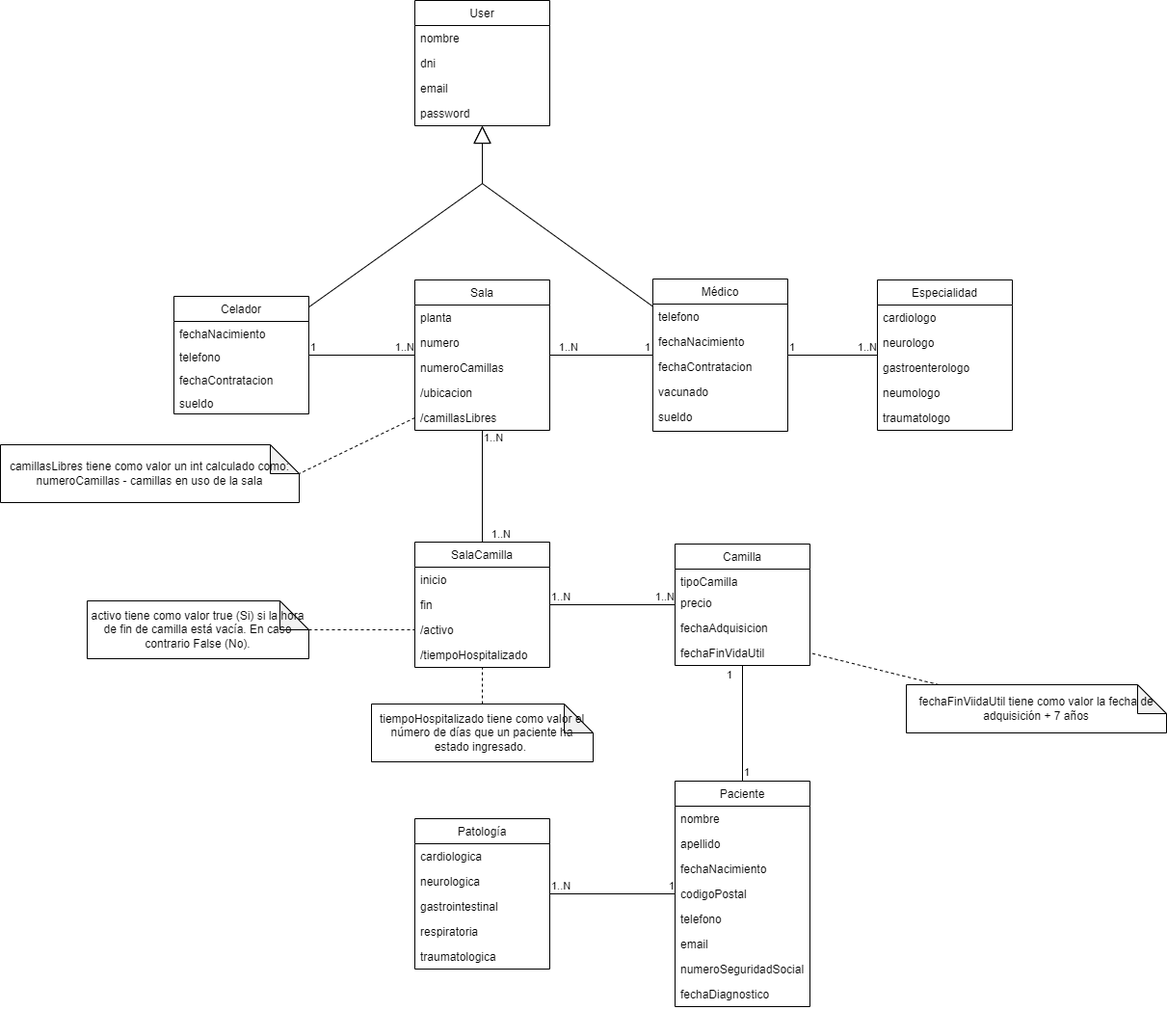
The draw.io diagram public/Modelo.png in CGIS-2023/proyecto-cgis-2023-isrbrepin, before a commit. Source tidied: cells renumbered, new cells last; positions are measured from the earlier drawing's top-left corner, leaving out a move shared by most shapes.
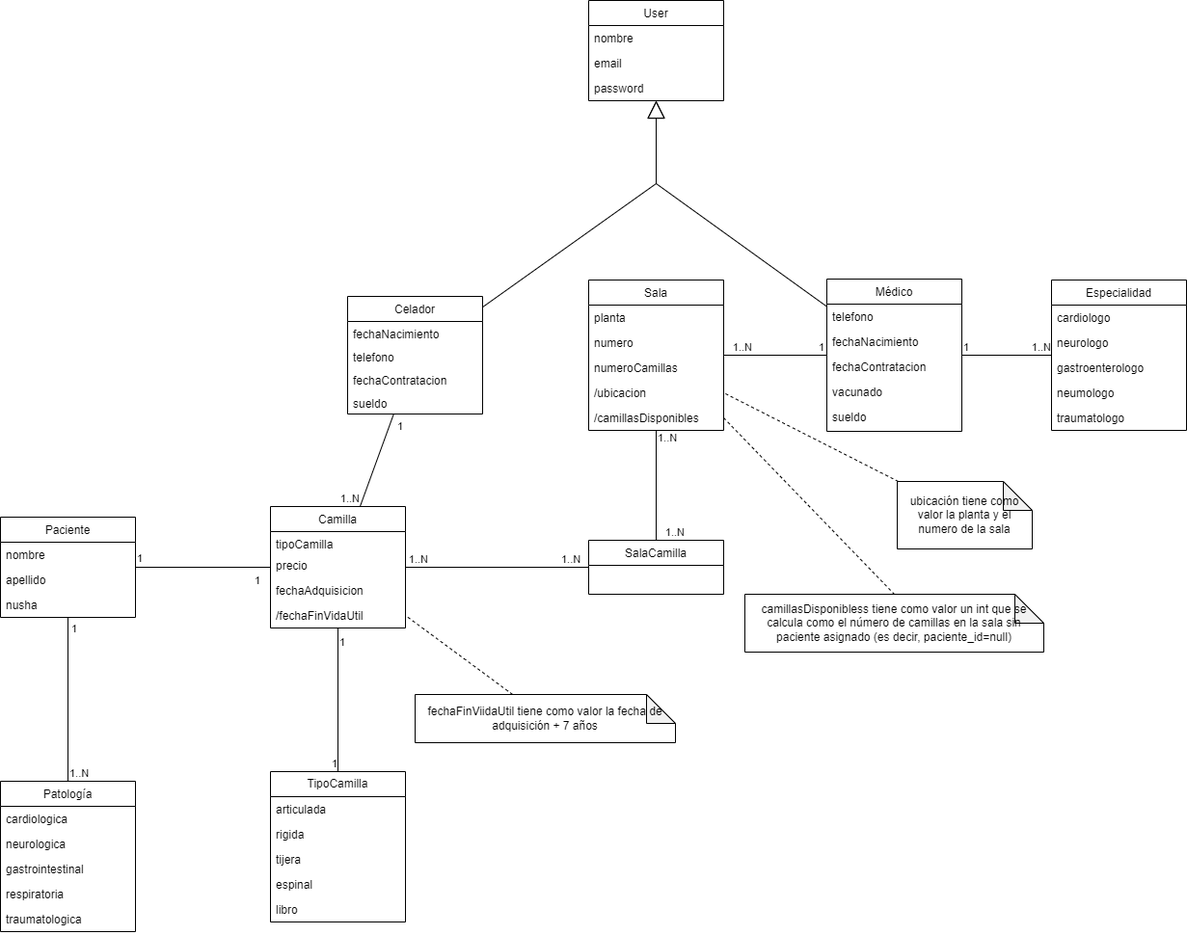
Above is the later version.

Diff of the diagram source:
```diff
@@ -3,19 +3,16 @@
     <mxCell id="0" />
     <mxCell id="1" parent="0" />
     <mxCell id="2" value="User" style="swimlane;fontStyle=0;horizontal=1;startSize=26;fillColor=none;" parent="1" vertex="1">
-      <mxGeometry x="430" width="140" height="130" as="geometry" />
+      <mxGeometry x="430" width="140" height="104" as="geometry" />
     </mxCell>
     <mxCell id="3" value="nombre" style="text;strokeColor=none;fillColor=none;align=left;verticalAlign=top;spacingLeft=4;spacingRight=4;overflow=hidden;" parent="2" vertex="1">
       <mxGeometry y="26" width="140" height="26" as="geometry" />
     </mxCell>
-    <mxCell id="4" value="dni" style="text;strokeColor=none;fillColor=none;align=left;verticalAlign=top;spacingLeft=4;spacingRight=4;overflow=hidden;" parent="2" vertex="1">
-      <mxGeometry y="52" width="140" height="26" as="geometry" />
-    </mxCell>
     <mxCell id="5" value="email" style="text;strokeColor=none;fillColor=none;align=left;verticalAlign=top;spacingLeft=4;spacingRight=4;overflow=hidden;" parent="2" vertex="1">
-      <mxGeometry y="78" width="140" height="26" as="geometry" />
+      <mxGeometry y="52" width="140" height="26" as="geometry" />
     </mxCell>
     <mxCell id="6" value="password" style="text;strokeColor=none;fillColor=none;align=left;verticalAlign=top;spacingLeft=4;spacingRight=4;overflow=hidden;" parent="2" vertex="1">
-      <mxGeometry y="104" width="140" height="26" as="geometry" />
+      <mxGeometry y="78" width="140" height="26" as="geometry" />
     </mxCell>
     <mxCell id="7" value="Celador" style="swimlane;fontStyle=0;horizontal=1;startSize=26;fillColor=none;" parent="1" vertex="1">
       <mxGeometry x="180" y="307" width="140" height="122" as="geometry" />
@@ -65,26 +62,14 @@
     <mxCell id="22" value="/ubicacion" style="text;strokeColor=none;fillColor=none;align=left;verticalAlign=top;spacingLeft=4;spacingRight=4;overflow=hidden;points=[[0,0.5],[1,0.5]];portConstraint=eastwest;" parent="18" vertex="1">
       <mxGeometry y="104" width="140" height="26" as="geometry" />
     </mxCell>
-    <mxCell id="23" value="/camillasLibres" style="text;strokeColor=none;fillColor=none;align=left;verticalAlign=top;spacingLeft=4;spacingRight=4;overflow=hidden;points=[[0,0.5],[1,0.5]];portConstraint=eastwest;" parent="18" vertex="1">
+    <mxCell id="23" value="/camillasDisponibles" style="text;strokeColor=none;fillColor=none;align=left;verticalAlign=top;spacingLeft=4;spacingRight=4;overflow=hidden;points=[[0,0.5],[1,0.5]];portConstraint=eastwest;" parent="18" vertex="1">
       <mxGeometry y="130" width="140" height="26" as="geometry" />
     </mxCell>
     <mxCell id="24" value="SalaCamilla" style="swimlane;fontStyle=0;horizontal=1;startSize=26;fillColor=none;" parent="1" vertex="1">
-      <mxGeometry x="430" y="562" width="140" height="130" as="geometry" />
+      <mxGeometry x="430" y="560" width="140" height="56" as="geometry" />
     </mxCell>
-    <mxCell id="25" value="inicio" style="text;strokeColor=none;fillColor=none;align=left;verticalAlign=top;spacingLeft=4;spacingRight=4;overflow=hidden;" parent="24" vertex="1">
-      <mxGeometry y="26" width="140" height="26" as="geometry" />
-    </mxCell>
-    <mxCell id="26" value="fin" style="text;strokeColor=none;fillColor=none;align=left;verticalAlign=top;spacingLeft=4;spacingRight=4;overflow=hidden;" parent="24" vertex="1">
-      <mxGeometry y="52" width="140" height="26" as="geometry" />
-    </mxCell>
-    <mxCell id="27" value="/activo" style="text;strokeColor=none;fillColor=none;align=left;verticalAlign=top;spacingLeft=4;spacingRight=4;overflow=hidden;points=[[0,0.5],[1,0.5]];portConstraint=eastwest;" parent="24" vertex="1">
-      <mxGeometry y="78" width="140" height="26" as="geometry" />
-    </mxCell>
-    <mxCell id="28" value="/tiempoHospitalizado" style="text;strokeColor=none;fillColor=none;align=left;verticalAlign=top;spacingLeft=4;spacingRight=4;overflow=hidden;points=[[0,0.5],[1,0.5]];portConstraint=eastwest;" parent="24" vertex="1">
-      <mxGeometry y="104" width="140" height="26" as="geometry" />
-    </mxCell>
     <mxCell id="29" value="Patología" style="swimlane;fontStyle=0;horizontal=1;startSize=26;fillColor=none;" parent="1" vertex="1">
-      <mxGeometry x="430" y="849" width="140" height="156" as="geometry" />
+      <mxGeometry x="-180" y="810" width="140" height="156" as="geometry" />
     </mxCell>
     <mxCell id="30" value="cardiologica" style="text;strokeColor=none;fillColor=none;align=left;verticalAlign=top;spacingLeft=4;spacingRight=4;overflow=hidden;" parent="29" vertex="1">
       <mxGeometry y="26" width="140" height="26" as="geometry" />
@@ -120,7 +105,7 @@
       <mxGeometry y="130" width="140" height="26" as="geometry" />
     </mxCell>
     <mxCell id="41" value="Camilla" style="swimlane;fontStyle=0;horizontal=1;startSize=26;fillColor=none;" parent="1" vertex="1">
-      <mxGeometry x="700" y="564" width="140" height="126" as="geometry" />
+      <mxGeometry x="100" y="525" width="140" height="126" as="geometry" />
     </mxCell>
     <mxCell id="42" value="tipoCamilla" style="text;strokeColor=none;fillColor=none;align=left;verticalAlign=top;spacingLeft=4;spacingRight=4;overflow=hidden;" parent="41" vertex="1">
       <mxGeometry y="26" width="140" height="22" as="geometry" />
@@ -131,7 +116,7 @@
     <mxCell id="44" value="fechaAdquisicion" style="text;strokeColor=none;fillColor=none;align=left;verticalAlign=top;spacingLeft=4;spacingRight=4;overflow=hidden;" parent="41" vertex="1">
       <mxGeometry y="74" width="140" height="26" as="geometry" />
     </mxCell>
-    <mxCell id="45" value="fechaFinVidaUtil" style="text;strokeColor=none;fillColor=none;align=left;verticalAlign=top;spacingLeft=4;spacingRight=4;overflow=hidden;points=[[0,0.5],[1,0.5]];portConstraint=eastwest;" parent="41" vertex="1">
+    <mxCell id="45" value="/fechaFinVidaUtil" style="text;strokeColor=none;fillColor=none;align=left;verticalAlign=top;spacingLeft=4;spacingRight=4;overflow=hidden;points=[[0,0.5],[1,0.5]];portConstraint=eastwest;" parent="41" vertex="1">
       <mxGeometry y="100" width="140" height="26" as="geometry" />
     </mxCell>
     <mxCell id="46" style="endArrow=none;html=1;edgeStyle=orthogonalEdgeStyle;rounded=0;" parent="1" edge="1" source="29" target="64">
@@ -141,7 +126,9 @@
       <mxGeometry x="-1" relative="1" as="geometry" />
     </mxCell>
     <mxCell id="48" value="1" style="edgeLabel;html=1;align=right;verticalAlign=bottom;" parent="46" vertex="1">
-      <mxGeometry x="1" relative="1" as="geometry" />
+      <mxGeometry x="1" relative="1" as="geometry">
+        <mxPoint x="10" y="20" as="offset" />
+      </mxGeometry>
     </mxCell>
     <mxCell id="49" style="endArrow=none;html=1;edgeStyle=orthogonalEdgeStyle;rounded=0;" parent="1" edge="1" source="12" target="35">
       <mxGeometry relative="1" as="geometry" />
@@ -152,11 +139,13 @@
     <mxCell id="51" value="1..N" style="edgeLabel;html=1;align=right;verticalAlign=bottom;" parent="49" vertex="1">
       <mxGeometry x="1" relative="1" as="geometry" />
     </mxCell>
-    <mxCell id="52" style="endArrow=none;html=1;rounded=0;" parent="1" edge="1" source="7" target="18">
+    <mxCell id="52" style="endArrow=none;html=1;rounded=0;" parent="1" edge="1" source="7" target="41">
       <mxGeometry relative="1" as="geometry" />
     </mxCell>
     <mxCell id="53" value="1" style="edgeLabel;html=1;align=left;verticalAlign=bottom;" parent="52" vertex="1">
-      <mxGeometry x="-1" relative="1" as="geometry" />
+      <mxGeometry x="-1" relative="1" as="geometry">
+        <mxPoint x="2" y="21" as="offset" />
+      </mxGeometry>
     </mxCell>
     <mxCell id="54" value="1..N" style="edgeLabel;html=1;align=right;verticalAlign=bottom;" parent="52" vertex="1">
       <mxGeometry x="1" relative="1" as="geometry" />
@@ -178,10 +167,14 @@
       <mxGeometry relative="1" as="geometry" />
     </mxCell>
     <mxCell id="59" value="1..N" style="edgeLabel;html=1;align=left;verticalAlign=bottom;" parent="58" vertex="1">
-      <mxGeometry x="-1" relative="1" as="geometry" />
+      <mxGeometry x="-1" relative="1" as="geometry">
+        <mxPoint x="-30" as="offset" />
+      </mxGeometry>
     </mxCell>
     <mxCell id="60" value="1..N" style="edgeLabel;html=1;align=right;verticalAlign=bottom;" parent="58" vertex="1">
-      <mxGeometry x="1" relative="1" as="geometry" />
+      <mxGeometry x="1" relative="1" as="geometry">
+        <mxPoint x="24" as="offset" />
+      </mxGeometry>
     </mxCell>
     <mxCell id="61" style="endArrow=none;html=1;edgeStyle=orthogonalEdgeStyle;rounded=0;" parent="1" edge="1" source="18" target="24">
       <mxGeometry relative="1" as="geometry" />
@@ -197,7 +190,7 @@
       </mxGeometry>
     </mxCell>
     <mxCell id="64" value="Paciente" style="swimlane;fontStyle=0;horizontal=1;startSize=26;fillColor=none;" parent="1" vertex="1">
-      <mxGeometry x="700" y="810" width="140" height="234" as="geometry" />
+      <mxGeometry x="-180" y="536" width="140" height="104" as="geometry" />
     </mxCell>
     <mxCell id="65" value="nombre" style="text;strokeColor=none;fillColor=none;align=left;verticalAlign=top;spacingLeft=4;spacingRight=4;overflow=hidden;" parent="64" vertex="1">
       <mxGeometry y="26" width="140" height="26" as="geometry" />
@@ -205,24 +198,9 @@
     <mxCell id="66" value="apellido" style="text;strokeColor=none;fillColor=none;align=left;verticalAlign=top;spacingLeft=4;spacingRight=4;overflow=hidden;" parent="64" vertex="1">
       <mxGeometry y="52" width="140" height="26" as="geometry" />
     </mxCell>
-    <mxCell id="67" value="fechaNacimiento" style="text;strokeColor=none;fillColor=none;align=left;verticalAlign=top;spacingLeft=4;spacingRight=4;overflow=hidden;" parent="64" vertex="1">
-      <mxGeometry y="78" width="140" height="26" as="geometry" />
-    </mxCell>
-    <mxCell id="68" value="codigoPostal" style="text;strokeColor=none;fillColor=none;align=left;verticalAlign=top;spacingLeft=4;spacingRight=4;overflow=hidden;" parent="64" vertex="1">
-      <mxGeometry y="104" width="140" height="26" as="geometry" />
-    </mxCell>
-    <mxCell id="69" value="telefono" style="text;strokeColor=none;fillColor=none;align=left;verticalAlign=top;spacingLeft=4;spacingRight=4;overflow=hidden;" parent="64" vertex="1">
-      <mxGeometry y="130" width="140" height="26" as="geometry" />
-    </mxCell>
-    <mxCell id="70" value="email" style="text;strokeColor=none;fillColor=none;align=left;verticalAlign=top;spacingLeft=4;spacingRight=4;overflow=hidden;" parent="64" vertex="1">
-      <mxGeometry y="156" width="140" height="26" as="geometry" />
-    </mxCell>
-    <mxCell id="71" value="numeroSeguridadSocial" style="text;strokeColor=none;fillColor=none;align=left;verticalAlign=top;spacingLeft=4;spacingRight=4;overflow=hidden;" parent="64" vertex="1">
-      <mxGeometry y="182" width="140" height="26" as="geometry" />
+    <mxCell id="71" value="nusha" style="text;strokeColor=none;fillColor=none;align=left;verticalAlign=top;spacingLeft=4;spacingRight=4;overflow=hidden;" parent="64" vertex="1">
+      <mxGeometry y="78" width="140" height="26" as="geometry" />
     </mxCell>
-    <mxCell id="72" value="fechaDiagnostico" style="text;strokeColor=none;fillColor=none;align=left;verticalAlign=top;spacingLeft=4;spacingRight=4;overflow=hidden;" parent="64" vertex="1">
-      <mxGeometry y="208" width="140" height="26" as="geometry" />
-    </mxCell>
     <mxCell id="73" style="endArrow=none;html=1;rounded=0;" parent="1" edge="1" source="64" target="41">
       <mxGeometry relative="1" as="geometry" />
     </mxCell>
@@ -233,7 +211,7 @@
     </mxCell>
     <mxCell id="75" value="1" style="edgeLabel;html=1;align=right;verticalAlign=bottom;" parent="73" vertex="1">
       <mxGeometry x="1" relative="1" as="geometry">
-        <mxPoint x="-10" y="18" as="offset" />
+        <mxPoint x="-10" y="22" as="offset" />
       </mxGeometry>
     </mxCell>
     <mxCell id="76" style="endArrow=block;endSize=16;endFill=0;html=1;rounded=0;" parent="1" edge="1" source="7" target="2">
@@ -250,29 +228,52 @@
         </Array>
       </mxGeometry>
     </mxCell>
-    <mxCell id="78" style="endArrow=none;dashed=1;html=1;rounded=0;entryX=0;entryY=0;entryDx=310;entryDy=30;entryPerimeter=0;exitX=0;exitY=0.5;exitDx=0;exitDy=0;" parent="1" edge="1" source="23" target="79">
+    <mxCell id="78" style="endArrow=none;dashed=1;html=1;rounded=0;entryX=0.5;entryY=0;entryDx=0;entryDy=0;entryPerimeter=0;exitX=1;exitY=0.5;exitDx=0;exitDy=0;" parent="1" edge="1" source="23" target="79">
       <mxGeometry relative="1" as="geometry" />
     </mxCell>
-    <mxCell id="79" value="camillasLibres tiene como valor un int calculado como:&lt;br&gt;numeroCamillas - camillas en uso de la sala" style="shape=note;whiteSpace=wrap;html=1;backgroundOutline=1;darkOpacity=0.05;" parent="1" vertex="1">
-      <mxGeometry y="461" width="310" height="60" as="geometry" />
+    <mxCell id="79" value="camillasDisponibless tiene como valor un int que se calcula como el número de camillas en la sala sin paciente asignado (es decir, paciente_id=null)" style="shape=note;whiteSpace=wrap;html=1;backgroundOutline=1;darkOpacity=0.05;" parent="1" vertex="1">
+      <mxGeometry x="592" y="616" width="310" height="60" as="geometry" />
     </mxCell>
-    <mxCell id="80" style="endArrow=none;dashed=1;html=1;rounded=0;" parent="1" edge="1" source="81" target="28">
-      <mxGeometry relative="1" as="geometry" />
-    </mxCell>
-    <mxCell id="81" value="tiempoHospitalizado tiene como valor el número de días que un paciente ha estado ingresado.&amp;nbsp;" style="shape=note;whiteSpace=wrap;html=1;backgroundOutline=1;darkOpacity=0.05;" parent="1" vertex="1">
-      <mxGeometry x="385" y="730" width="230" height="60" as="geometry" />
-    </mxCell>
-    <mxCell id="82" style="endArrow=none;dashed=1;html=1;rounded=0;entryX=0;entryY=0.5;entryDx=0;entryDy=0;" parent="1" edge="1" source="83" target="27">
-      <mxGeometry relative="1" as="geometry" />
-    </mxCell>
-    <mxCell id="83" value="activo tiene como valor true (Si) si la hora de fin de camilla está vacía. En caso contrario False (No)." style="shape=note;whiteSpace=wrap;html=1;backgroundOutline=1;darkOpacity=0.05;" parent="1" vertex="1">
-      <mxGeometry x="90" y="623" width="230" height="60" as="geometry" />
-    </mxCell>
     <mxCell id="84" style="endArrow=none;dashed=1;html=1;rounded=0;entryX=1;entryY=0.5;entryDx=0;entryDy=0;" parent="1" edge="1" source="85" target="45">
       <mxGeometry relative="1" as="geometry" />
     </mxCell>
     <mxCell id="85" value="fechaFinViidaUtil tiene como valor la fecha de adquisición + 7 años" style="shape=note;whiteSpace=wrap;html=1;backgroundOutline=1;darkOpacity=0.05;" parent="1" vertex="1">
-      <mxGeometry x="940" y="710" width="270" height="50" as="geometry" />
+      <mxGeometry x="250" y="720" width="270" height="50" as="geometry" />
     </mxCell>
+    <mxCell id="86" value="TipoCamilla" style="swimlane;fontStyle=0;horizontal=1;startSize=26;fillColor=none;whiteSpace=wrap;html=1;" parent="1" vertex="1">
+      <mxGeometry x="100" y="800" width="140" height="156" as="geometry" />
+    </mxCell>
+    <mxCell id="87" value="articulada" style="text;strokeColor=none;fillColor=none;align=left;verticalAlign=top;spacingLeft=4;spacingRight=4;overflow=hidden;whiteSpace=wrap;html=1;" parent="86" vertex="1">
+      <mxGeometry y="26" width="140" height="26" as="geometry" />
+    </mxCell>
+    <mxCell id="88" value="rigida" style="text;strokeColor=none;fillColor=none;align=left;verticalAlign=top;spacingLeft=4;spacingRight=4;overflow=hidden;whiteSpace=wrap;html=1;" parent="86" vertex="1">
+      <mxGeometry y="52" width="140" height="26" as="geometry" />
+    </mxCell>
+    <mxCell id="89" value="tijera" style="text;strokeColor=none;fillColor=none;align=left;verticalAlign=top;spacingLeft=4;spacingRight=4;overflow=hidden;whiteSpace=wrap;html=1;" parent="86" vertex="1">
+      <mxGeometry y="78" width="140" height="26" as="geometry" />
+    </mxCell>
+    <mxCell id="90" value="espinal" style="text;strokeColor=none;fillColor=none;align=left;verticalAlign=top;spacingLeft=4;spacingRight=4;overflow=hidden;whiteSpace=wrap;html=1;" parent="86" vertex="1">
+      <mxGeometry y="104" width="140" height="26" as="geometry" />
+    </mxCell>
+    <mxCell id="91" value="libro" style="text;strokeColor=none;fillColor=none;align=left;verticalAlign=top;spacingLeft=4;spacingRight=4;overflow=hidden;whiteSpace=wrap;html=1;" parent="86" vertex="1">
+      <mxGeometry y="130" width="140" height="26" as="geometry" />
+    </mxCell>
+    <mxCell id="92" style="endArrow=none;html=1;edgeStyle=orthogonalEdgeStyle;rounded=0;" parent="1" edge="1" source="41" target="86">
+      <mxGeometry relative="1" as="geometry" />
+    </mxCell>
+    <mxCell id="93" value="1" style="edgeLabel;html=1;align=left;verticalAlign=bottom;" parent="92" vertex="1">
+      <mxGeometry x="-1" relative="1" as="geometry">
+        <mxPoint y="23" as="offset" />
+      </mxGeometry>
+    </mxCell>
+    <mxCell id="94" value="1" style="edgeLabel;html=1;align=right;verticalAlign=bottom;" parent="92" vertex="1">
+      <mxGeometry x="1" relative="1" as="geometry" />
+    </mxCell>
+    <mxCell id="95" value="ubicación tiene como valor la planta y el numero de la sala" style="shape=note;whiteSpace=wrap;html=1;backgroundOutline=1;darkOpacity=0.05;" parent="1" vertex="1">
+      <mxGeometry x="750" y="499" width="140" height="70" as="geometry" />
+    </mxCell>
+    <mxCell id="96" style="endArrow=none;dashed=1;html=1;rounded=0;entryX=1;entryY=0.5;entryDx=0;entryDy=0;" parent="1" edge="1" source="95" target="22">
+      <mxGeometry relative="1" as="geometry" />
+    </mxCell>
   </root>
 </mxGraphModel>
```
